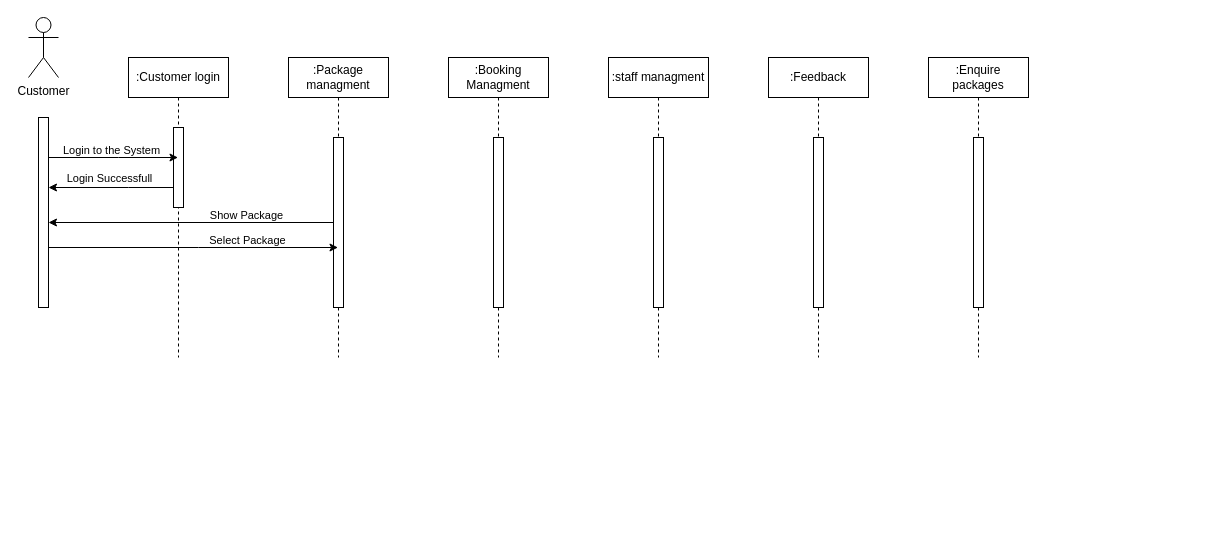
This is sequence dr.drawio from ziard47/Diagram, a draw.io file, before an edit. Source tidied: cells renumbered, new cells numbered last; positions are measured from the earlier drawing's top-left corner, leaving out a move shared by most shapes. Both pictures are drawn from the tidied source at 100%, with x=0, y=0 at pixel (28, 17).
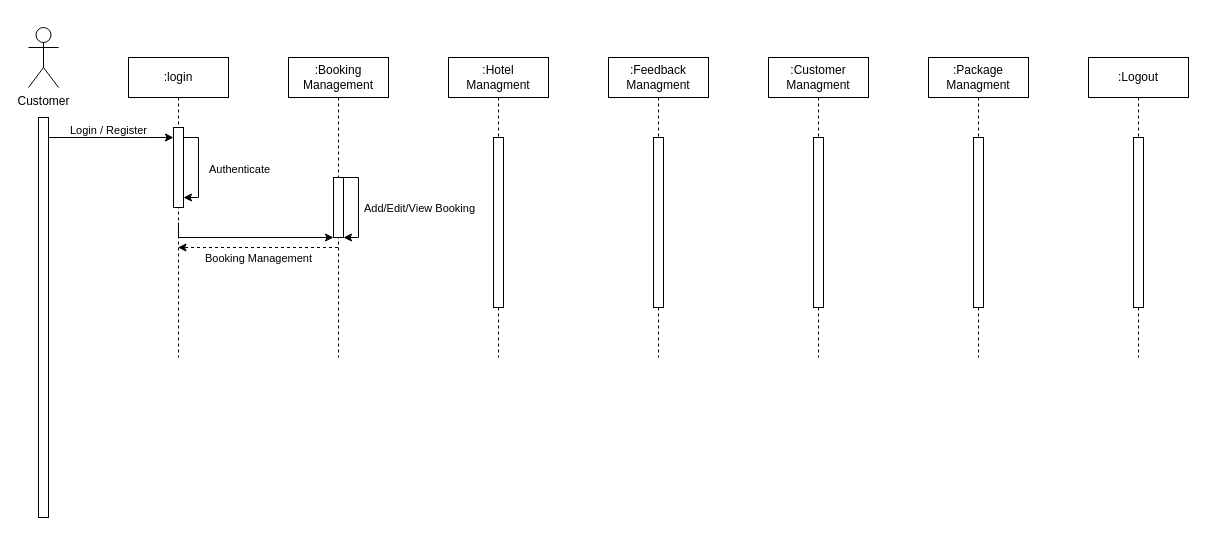
The same diagram, later.

The change refers to these unchanged cells:
```xml
<mxCell id="3" style="html=1;points=[];perimeter=orthogonalPerimeter;outlineConnect=0;targetShapes=umlLifeline;portConstraint=eastwest;newEdgeStyle={&quot;edgeStyle&quot;:&quot;elbowEdgeStyle&quot;,&quot;elbow&quot;:&quot;vertical&quot;,&quot;curved&quot;:0,&quot;rounded&quot;:0};" parent="2" vertex="1">
  <mxGeometry x="45" y="70" width="10" height="80" as="geometry" />
</mxCell>
```

What changed in the source:
```diff
@@
-    <mxCell id="2" value=":Customer login" style="shape=umlLifeline;perimeter=lifelinePerimeter;whiteSpace=wrap;html=1;outlineConnect=0;portConstraint=eastwest;newEdgeStyle={&quot;edgeStyle&quot;:&quot;elbowEdgeStyle&quot;,&quot;elbow&quot;:&quot;vertical&quot;,&quot;curved&quot;:0,&quot;rounded&quot;:0};" parent="1" vertex="1">
+    <mxCell id="2" value=":login" style="shape=umlLifeline;perimeter=lifelinePerimeter;whiteSpace=wrap;html=1;outlineConnect=0;portConstraint=eastwest;newEdgeStyle={&quot;edgeStyle&quot;:&quot;elbowEdgeStyle&quot;,&quot;elbow&quot;:&quot;vertical&quot;,&quot;curved&quot;:0,&quot;rounded&quot;:0};" parent="1" vertex="1">
       <mxGeometry x="100" y="40" width="100" height="300" as="geometry" />
     </mxCell>
@@
+    <mxCell id="24" style="edgeStyle=elbowEdgeStyle;rounded=0;orthogonalLoop=1;jettySize=auto;html=1;elbow=vertical;curved=0;" parent="2" edge="1" source="3" target="3">
+      <mxGeometry relative="1" as="geometry">
+        <Array as="points">
+          <mxPoint x="70" y="80" />
+        </Array>
+      </mxGeometry>
+    </mxCell>
+    <mxCell id="25" value="Authenticate" style="edgeLabel;html=1;align=center;verticalAlign=middle;" parent="24" vertex="1">
+      <mxGeometry x="-0.12" y="1" relative="1" as="geometry">
+        <mxPoint x="39" y="6" as="offset" />
+      </mxGeometry>
+    </mxCell>
+    <mxCell id="26" style="edgeStyle=elbowEdgeStyle;rounded=0;jettySize=auto;html=1;elbow=vertical;curved=0;dashed=1;" parent="1" edge="1" source="4" target="2">
+      <mxGeometry relative="1" as="geometry">
+        <Array as="points">
+          <mxPoint x="240" y="230" />
+        </Array>
+      </mxGeometry>
+    </mxCell>
+    <mxCell id="27" value="Booking Management" style="edgeLabel;html=1;align=center;verticalAlign=middle;" parent="26" vertex="1">
+      <mxGeometry x="0.17" y="3" relative="1" as="geometry">
+        <mxPoint x="14" y="7" as="offset" />
+      </mxGeometry>
+    </mxCell>
-    <mxCell id="4" value=":Package managment" style="shape=umlLifeline;perimeter=lifelinePerimeter;whiteSpace=wrap;html=1;outlineConnect=0;portConstraint=eastwest;newEdgeStyle={&quot;edgeStyle&quot;:&quot;elbowEdgeStyle&quot;,&quot;elbow&quot;:&quot;vertical&quot;,&quot;curved&quot;:0,&quot;rounded&quot;:0};" parent="1" vertex="1">
+    <mxCell id="4" value=":Booking Management" style="shape=umlLifeline;perimeter=lifelinePerimeter;whiteSpace=wrap;html=1;outlineConnect=0;portConstraint=eastwest;newEdgeStyle={&quot;edgeStyle&quot;:&quot;elbowEdgeStyle&quot;,&quot;elbow&quot;:&quot;vertical&quot;,&quot;curved&quot;:0,&quot;rounded&quot;:0};" parent="1" vertex="1">
       <mxGeometry x="260" y="40" width="100" height="300" as="geometry" />
     </mxCell>
     <mxCell id="5" style="html=1;points=[];perimeter=orthogonalPerimeter;outlineConnect=0;targetShapes=umlLifeline;portConstraint=eastwest;newEdgeStyle={&quot;edgeStyle&quot;:&quot;elbowEdgeStyle&quot;,&quot;elbow&quot;:&quot;vertical&quot;,&quot;curved&quot;:0,&quot;rounded&quot;:0};" parent="4" vertex="1">
-      <mxGeometry x="45" y="80" width="10" height="170" as="geometry" />
+      <mxGeometry x="45" y="120" width="10" height="60" as="geometry" />
     </mxCell>
+    <mxCell id="28" style="edgeStyle=elbowEdgeStyle;rounded=0;orthogonalLoop=1;jettySize=auto;html=1;elbow=vertical;curved=0;" parent="4" edge="1" source="5" target="5">
+      <mxGeometry relative="1" as="geometry">
+        <Array as="points">
+          <mxPoint x="70" y="180" />
+        </Array>
+      </mxGeometry>
+    </mxCell>
+    <mxCell id="29" value="Add/Edit/View Booking" style="edgeLabel;html=1;align=center;verticalAlign=middle;" parent="28" vertex="1">
+      <mxGeometry x="-0.07" y="1" relative="1" as="geometry">
+        <mxPoint x="59" y="3" as="offset" />
+      </mxGeometry>
+    </mxCell>
-    <mxCell id="6" value=":Booking Managment" style="shape=umlLifeline;perimeter=lifelinePerimeter;whiteSpace=wrap;html=1;newEdgeStyle={&quot;edgeStyle&quot;:&quot;elbowEdgeStyle&quot;,&quot;elbow&quot;:&quot;vertical&quot;,&quot;curved&quot;:0,&quot;rounded&quot;:0};" parent="1" vertex="1">
+    <mxCell id="6" value=":Hotel Managment" style="shape=umlLifeline;perimeter=lifelinePerimeter;whiteSpace=wrap;html=1;newEdgeStyle={&quot;edgeStyle&quot;:&quot;elbowEdgeStyle&quot;,&quot;elbow&quot;:&quot;vertical&quot;,&quot;curved&quot;:0,&quot;rounded&quot;:0};" parent="1" vertex="1">
       <mxGeometry x="420" y="40" width="100" height="300" as="geometry" />
     </mxCell>
@@
-    <mxCell id="8" value=":staff managment" style="shape=umlLifeline;perimeter=lifelinePerimeter;whiteSpace=wrap;html=1;newEdgeStyle={&quot;edgeStyle&quot;:&quot;elbowEdgeStyle&quot;,&quot;elbow&quot;:&quot;vertical&quot;,&quot;curved&quot;:0,&quot;rounded&quot;:0};" parent="1" vertex="1">
+    <mxCell id="8" value=":Feedback Managment" style="shape=umlLifeline;perimeter=lifelinePerimeter;whiteSpace=wrap;html=1;newEdgeStyle={&quot;edgeStyle&quot;:&quot;elbowEdgeStyle&quot;,&quot;elbow&quot;:&quot;vertical&quot;,&quot;curved&quot;:0,&quot;rounded&quot;:0};" parent="1" vertex="1">
       <mxGeometry x="580" y="40" width="100" height="300" as="geometry" />
     </mxCell>
@@
-    <mxCell id="10" value=":Feedback" style="shape=umlLifeline;perimeter=lifelinePerimeter;whiteSpace=wrap;html=1;newEdgeStyle={&quot;edgeStyle&quot;:&quot;elbowEdgeStyle&quot;,&quot;elbow&quot;:&quot;vertical&quot;,&quot;curved&quot;:0,&quot;rounded&quot;:0};" parent="1" vertex="1">
+    <mxCell id="10" value=":Customer Managment" style="shape=umlLifeline;perimeter=lifelinePerimeter;whiteSpace=wrap;html=1;newEdgeStyle={&quot;edgeStyle&quot;:&quot;elbowEdgeStyle&quot;,&quot;elbow&quot;:&quot;vertical&quot;,&quot;curved&quot;:0,&quot;rounded&quot;:0};" parent="1" vertex="1">
       <mxGeometry x="740" y="40" width="100" height="300" as="geometry" />
     </mxCell>
@@
-    <mxCell id="12" value=":Enquire packages" style="shape=umlLifeline;perimeter=lifelinePerimeter;whiteSpace=wrap;html=1;newEdgeStyle={&quot;edgeStyle&quot;:&quot;elbowEdgeStyle&quot;,&quot;elbow&quot;:&quot;vertical&quot;,&quot;curved&quot;:0,&quot;rounded&quot;:0};" parent="1" vertex="1">
+    <mxCell id="12" value=":Package Managment" style="shape=umlLifeline;perimeter=lifelinePerimeter;whiteSpace=wrap;html=1;newEdgeStyle={&quot;edgeStyle&quot;:&quot;elbowEdgeStyle&quot;,&quot;elbow&quot;:&quot;vertical&quot;,&quot;curved&quot;:0,&quot;rounded&quot;:0};" parent="1" vertex="1">
       <mxGeometry x="900" y="40" width="100" height="300" as="geometry" />
     </mxCell>
@@
     <mxCell id="14" value="Customer" style="shape=umlActor;verticalLabelPosition=bottom;verticalAlign=top;html=1;" parent="1" vertex="1">
-      <mxGeometry width="30" height="60" as="geometry" />
+      <mxGeometry y="10" width="30" height="60" as="geometry" />
     </mxCell>
-    <mxCell id="15" style="edgeStyle=elbowEdgeStyle;rounded=0;jettySize=auto;html=1;elbow=vertical;curved=0;" parent="1" edge="1" source="19" target="2">
+    <mxCell id="15" style="edgeStyle=elbowEdgeStyle;rounded=0;jettySize=auto;html=1;elbow=vertical;curved=0;" parent="1" edge="1" source="19" target="3">
       <mxGeometry relative="1" as="geometry">
         <Array as="points">
+          <mxPoint x="120" y="120" />
+          <mxPoint x="130" y="130" />
           <mxPoint x="90" y="140" />
           <mxPoint x="80" y="180" />
           <mxPoint x="70" y="150" />
         </Array>
       </mxGeometry>
     </mxCell>
-    <mxCell id="16" value="Login to the System" style="edgeLabel;html=1;align=center;verticalAlign=middle;" parent="15" vertex="1">
+    <mxCell id="16" value="Login / Register" style="edgeLabel;html=1;align=center;verticalAlign=middle;" parent="15" vertex="1">
       <mxGeometry x="-0.05" relative="1" as="geometry">
         <mxPoint y="-8" as="offset" />
       </mxGeometry>
     </mxCell>
-    <mxCell id="17" style="edgeStyle=elbowEdgeStyle;rounded=0;jettySize=auto;html=1;elbow=vertical;curved=0;" parent="1" edge="1" source="19" target="4">
-      <mxGeometry relative="1" as="geometry">
-        <Array as="points">
-          <mxPoint x="170" y="230" />
-        </Array>
-      </mxGeometry>
-    </mxCell>
-    <mxCell id="18" value="Select Package" style="edgeLabel;html=1;align=center;verticalAlign=middle;" parent="17" vertex="1">
-      <mxGeometry x="0.15" y="1" relative="1" as="geometry">
-        <mxPoint x="32" y="-7" as="offset" />
-      </mxGeometry>
-    </mxCell>
     <mxCell id="19" style="html=1;points=[];perimeter=orthogonalPerimeter;outlineConnect=0;targetShapes=umlLifeline;portConstraint=eastwest;newEdgeStyle={&quot;edgeStyle&quot;:&quot;elbowEdgeStyle&quot;,&quot;elbow&quot;:&quot;vertical&quot;,&quot;curved&quot;:0,&quot;rounded&quot;:0};" parent="1" vertex="1">
-      <mxGeometry x="10" y="100" width="10" height="190" as="geometry" />
+      <mxGeometry x="10" y="100" width="10" height="400" as="geometry" />
     </mxCell>
-    <mxCell id="20" style="edgeStyle=elbowEdgeStyle;rounded=0;jettySize=auto;html=1;elbow=vertical;curved=0;" parent="1" edge="1" source="3" target="19">
-      <mxGeometry relative="1" as="geometry">
-        <Array as="points">
-          <mxPoint x="100" y="170" />
-          <mxPoint x="70" y="230" />
-        </Array>
-      </mxGeometry>
-    </mxCell>
-    <mxCell id="21" value="Login Successfull" style="edgeLabel;html=1;align=center;verticalAlign=middle;" parent="20" vertex="1">
-      <mxGeometry x="0.45" y="1" relative="1" as="geometry">
-        <mxPoint x="26" y="-11" as="offset" />
-      </mxGeometry>
-    </mxCell>
-    <mxCell id="22" style="edgeStyle=elbowEdgeStyle;rounded=0;jettySize=auto;html=1;elbow=vertical;curved=0;" parent="1" edge="1" source="5" target="19">
-      <mxGeometry relative="1" as="geometry" />
+    <mxCell id="22" style="edgeStyle=elbowEdgeStyle;rounded=0;jettySize=auto;html=1;elbow=vertical;curved=0;endArrow=none;endFill=0;startArrow=classic;startFill=1;" parent="1" edge="1" source="5">
+      <mxGeometry relative="1" as="geometry">
+        <mxPoint x="150" y="205" as="targetPoint" />
+        <Array as="points">
+          <mxPoint x="230" y="220" />
+        </Array>
+      </mxGeometry>
     </mxCell>
-    <mxCell id="23" value="Show Package" style="edgeLabel;html=1;align=center;verticalAlign=middle;" parent="22" vertex="1">
-      <mxGeometry x="-0.2" relative="1" as="geometry">
-        <mxPoint x="26" y="-8" as="offset" />
-      </mxGeometry>
-    </mxCell>
+    <mxCell id="30" value=":Logout" style="shape=umlLifeline;perimeter=lifelinePerimeter;whiteSpace=wrap;html=1;newEdgeStyle={&quot;edgeStyle&quot;:&quot;elbowEdgeStyle&quot;,&quot;elbow&quot;:&quot;vertical&quot;,&quot;curved&quot;:0,&quot;rounded&quot;:0};" parent="1" vertex="1">
+      <mxGeometry x="1060" y="40" width="100" height="300" as="geometry" />
+    </mxCell>
+    <mxCell id="31" style="html=1;perimeter=orthogonalPerimeter;targetShapes=umlLifeline;newEdgeStyle={&quot;edgeStyle&quot;:&quot;elbowEdgeStyle&quot;,&quot;elbow&quot;:&quot;vertical&quot;,&quot;curved&quot;:0,&quot;rounded&quot;:0};" parent="30" vertex="1">
+      <mxGeometry x="45" y="80" width="10" height="170" as="geometry" />
+    </mxCell>
```
